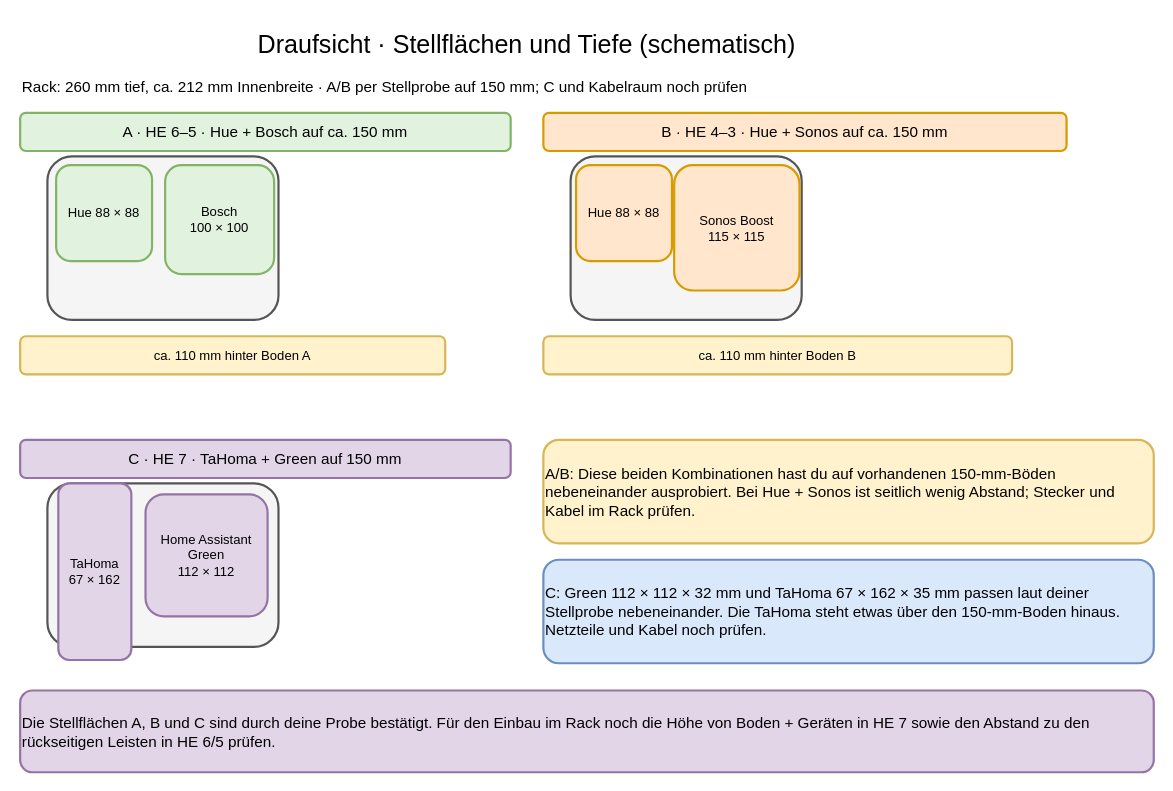
The draw.io diagram page "Fachböden – Draufsicht" (2 of 4) of 10-zoll-rack-planung.drawio in tiptronic/diagrams, before the edit. Source tidied: cells renumbered, new cells numbered last; positions are measured from the earlier drawing's top-left corner, leaving out a move shared by most shapes. Both pictures are drawn from the tidied source at 109%, with x=0, y=0 at pixel (20, 20).
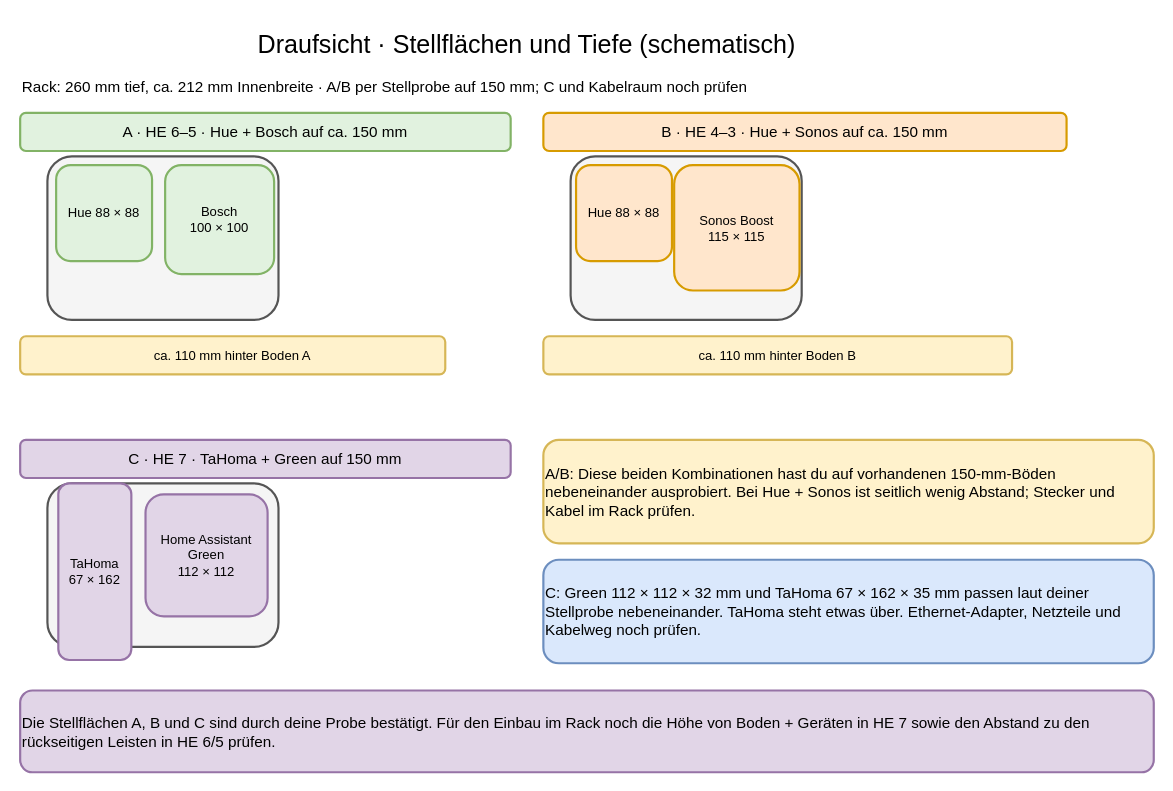
Above is the later version.

Commit message (it also covers changes not shown here):
Include TaHoma Ethernet adapter in rack plan

What changed in the source:
```diff
@@
-    <mxCell id="19" value="C: Green 112 × 112 × 32 mm und TaHoma 67 × 162 × 35 mm passen laut deiner Stellprobe nebeneinander. Die TaHoma steht etwas über den 150-mm-Boden hinaus. Netzteile und Kabel noch prüfen." style="rounded=1;whiteSpace=wrap;html=1;align=left;verticalAlign=middle;strokeWidth=2;fontSize=14;fillColor=#dae8fc;strokeColor=#6c8ebf;" parent="1" vertex="1">
+    <mxCell id="19" value="C: Green 112 × 112 × 32 mm und TaHoma 67 × 162 × 35 mm passen laut deiner Stellprobe nebeneinander. TaHoma steht etwas über. Ethernet-Adapter, Netzteile und Kabelweg noch prüfen." style="rounded=1;whiteSpace=wrap;html=1;align=left;verticalAlign=middle;strokeWidth=2;fontSize=14;fillColor=#dae8fc;strokeColor=#6c8ebf;" parent="1" vertex="1">
       <mxGeometry x="480" y="495" width="560" height="95" as="geometry" />
     </mxCell>
```
